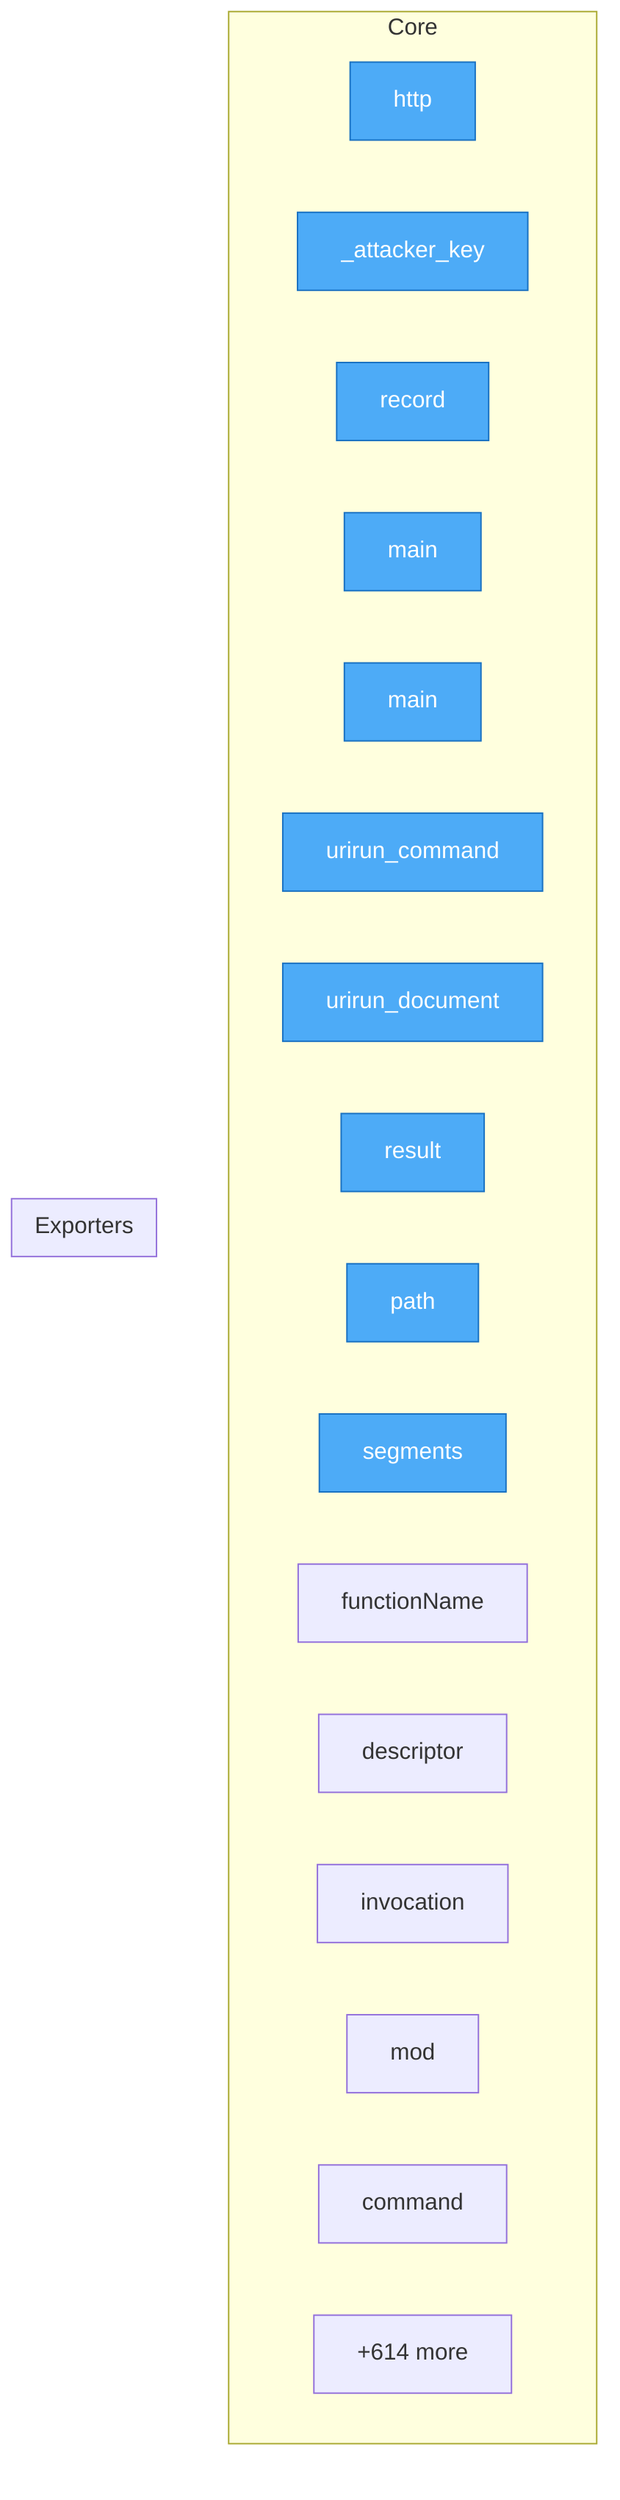
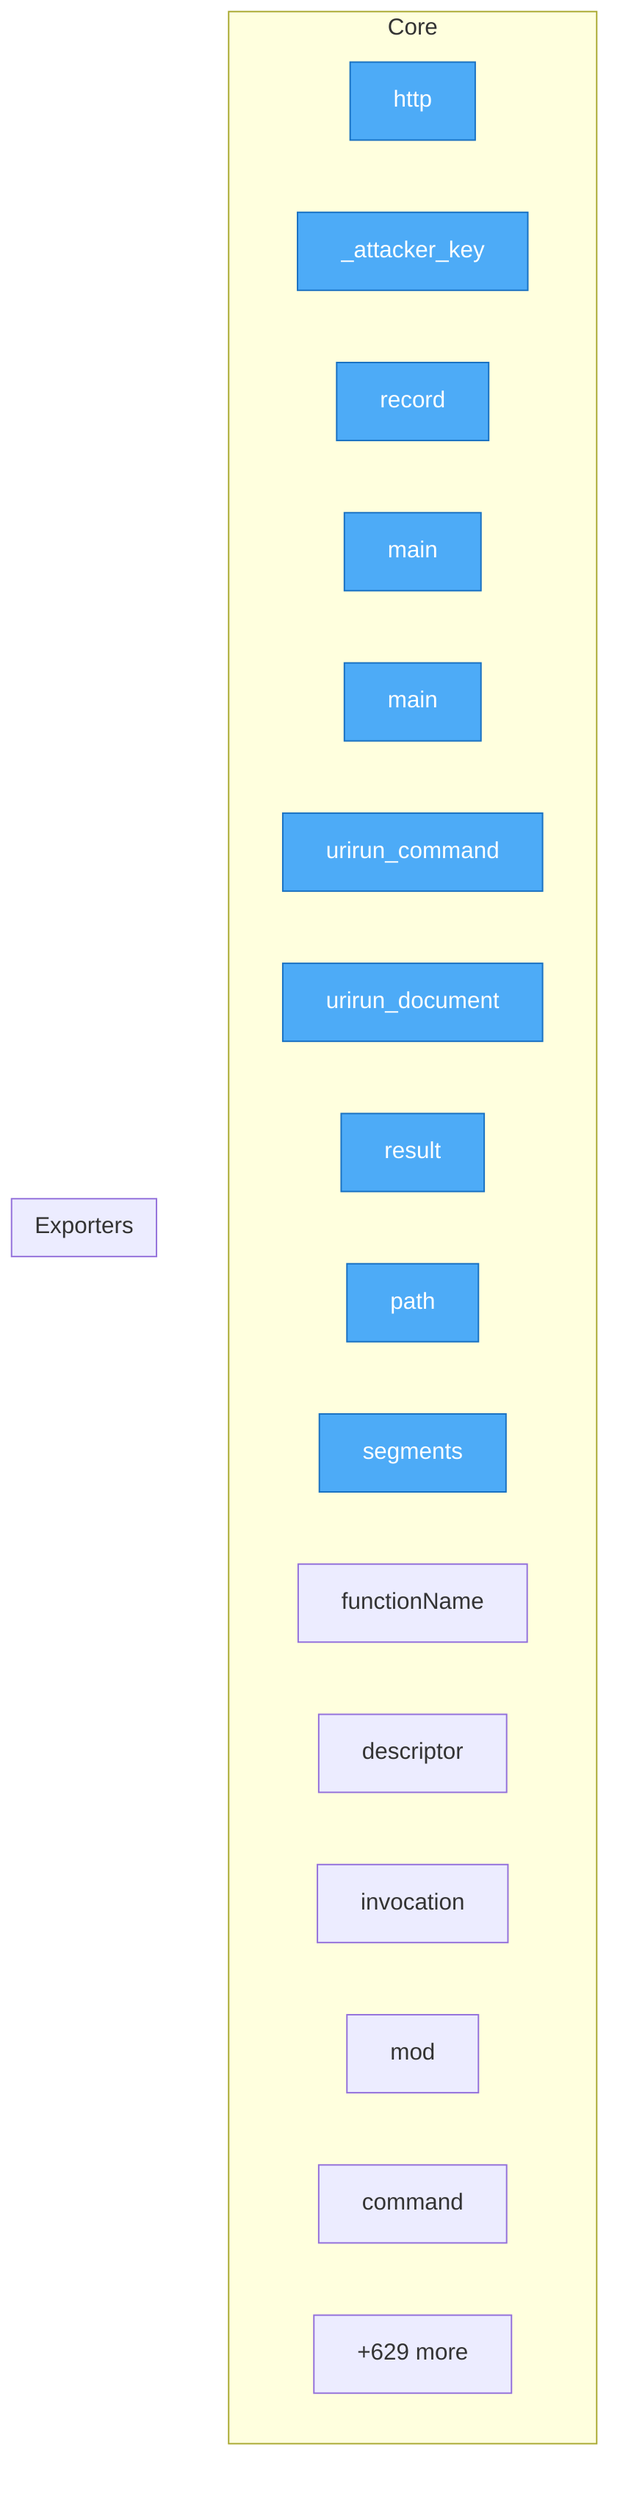
flowchart TD
%% generated in 0.04s

    %% Entry points (blue)
    classDef entry fill:#4dabf7,stroke:#1971c2,color:#fff

    subgraph Core
        security__mesh_probe__probe__http["http"]
        security__mesh_probe__probe___attacker_key["_attacker_key"]
        security__mesh_probe__probe__record["record"]
        adapters__conformance__main["main"]
        adapters__new_connector__main["main"]
        adapters__bash__urirun__urirun_command["urirun_command"]
        adapters__bash__urirun__urirun_document["urirun_document"]
        adapters__js__index__test__result["result"]
        adapters__js__path["path"]
        adapters__js__segments["segments"]
        adapters__js__functionName["functionName"]
        adapters__js__descriptor["descriptor"]
        adapters__js__invocation["invocation"]
        adapters__js__mod["mod"]
        adapters__java__Urirun__Urirun__command["command"]
-         ...["+614 more"]
+         ...["+629 more"]
    end

    subgraph Exporters
    end

    class security__mesh_probe__probe__http,security__mesh_probe__probe___attacker_key,security__mesh_probe__probe__record,adapters__conformance__main,adapters__new_connector__main,adapters__bash__urirun__urirun_command,adapters__bash__urirun__urirun_document,adapters__js__index__test__result,adapters__js__path,adapters__js__segments entry
